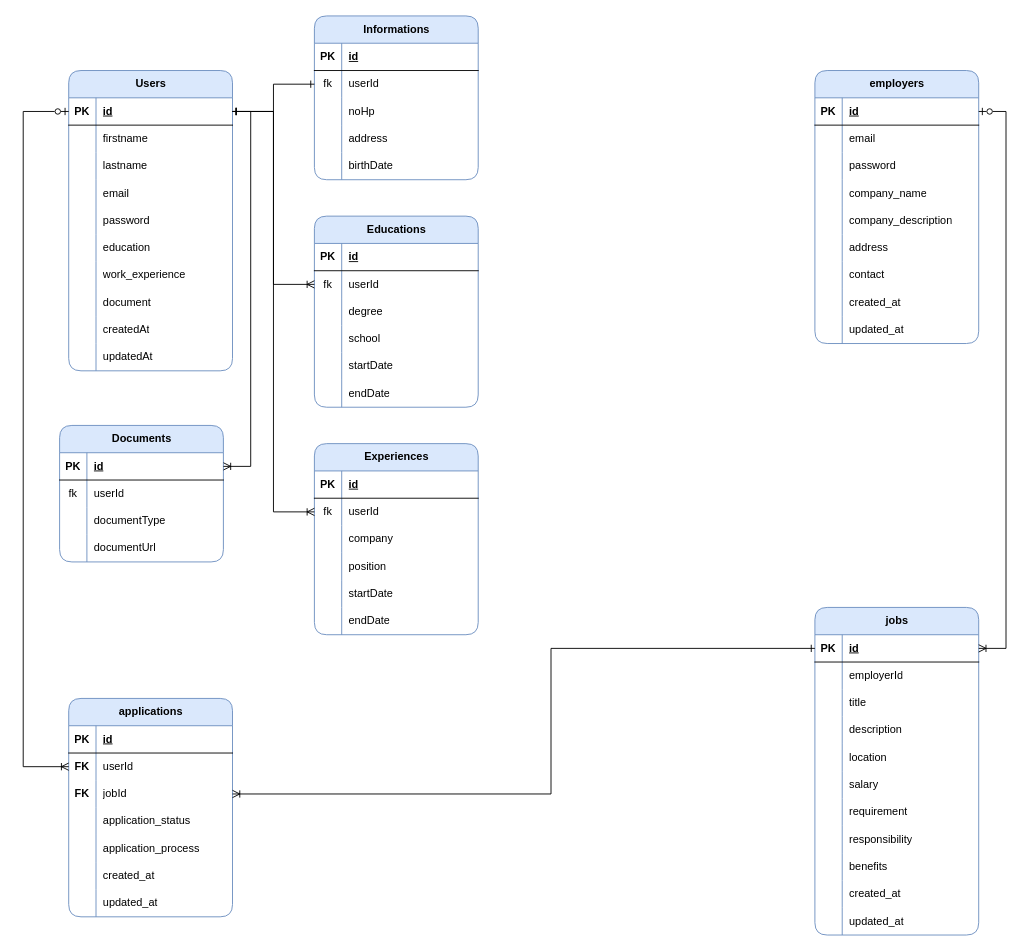
Before: server/docs/Job-Portal-ERD.drawio in juliochandra/Job-Portal, a draw.io diagram. Source tidied: cells renumbered, new cells numbered last; positions are measured from the earlier drawing's top-left corner, leaving out a move shared by most shapes. Both pictures are drawn from the tidied source at 91%, with x=0, y=0 at pixel (23, 15).
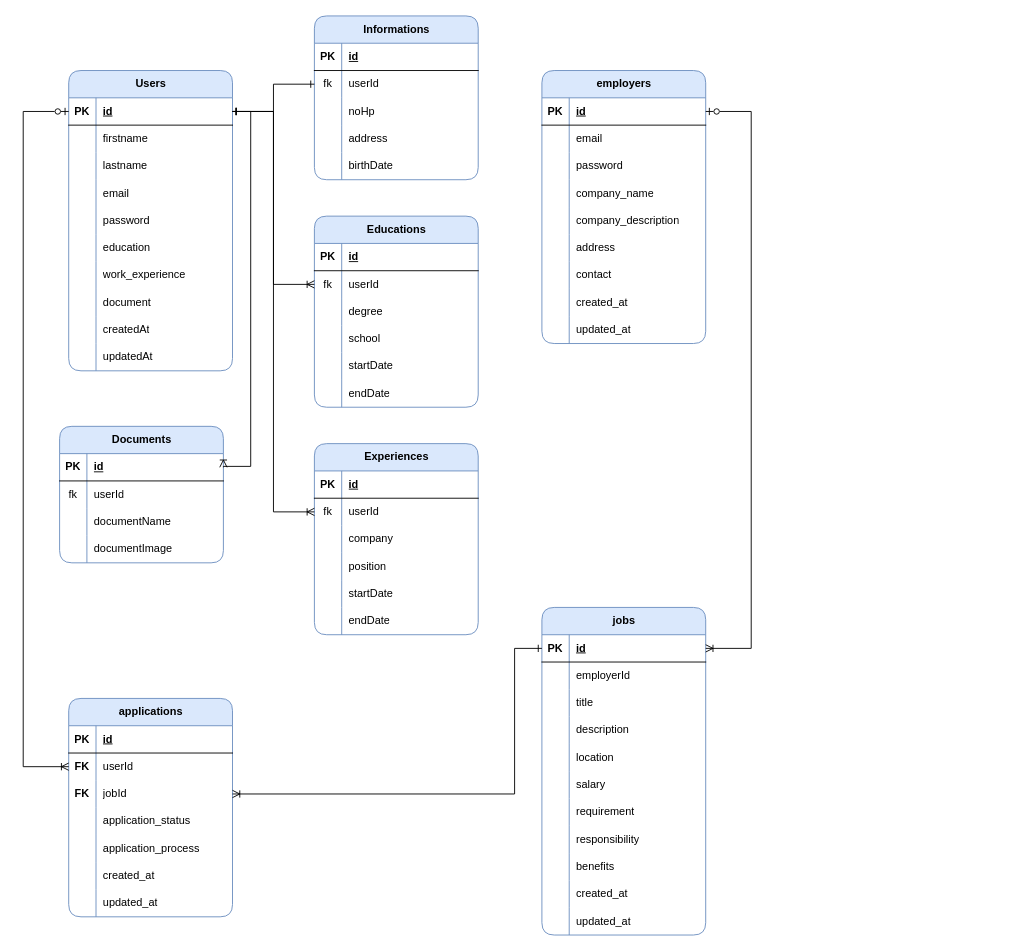
After the change.

The change refers to these unchanged cells:
```xml
<mxCell id="34" style="shape=tableRow;horizontal=0;startSize=0;swimlaneHead=0;swimlaneBody=0;fillColor=none;points=[[0,0.5],[1,0.5]];portConstraint=eastwest;top=0;left=0;right=0;bottom=1;" parent="33" vertex="1">
  <mxGeometry y="30" width="180" height="30" as="geometry" />
</mxCell>
<mxCell id="74" style="shape=tableRow;horizontal=0;startSize=0;swimlaneHead=0;swimlaneBody=0;fillColor=none;points=[[0,0.5],[1,0.5]];portConstraint=eastwest;top=0;left=0;right=0;bottom=0;" parent="67" vertex="1">
  <mxGeometry y="90" width="180" height="30" as="geometry" />
</mxCell>
<mxCell id="91" style="shape=tableRow;horizontal=0;startSize=0;swimlaneHead=0;swimlaneBody=0;fillColor=none;points=[[0,0.5],[1,0.5]];portConstraint=eastwest;top=0;left=0;right=0;bottom=1;" parent="90" vertex="1">
  <mxGeometry y="30" width="180" height="30" as="geometry" />
</mxCell>
<mxCell id="184" style="shape=tableRow;horizontal=0;startSize=0;swimlaneHead=0;swimlaneBody=0;fillColor=none;top=0;left=0;right=0;bottom=0;" parent="177" vertex="1">
  <mxGeometry y="90" width="180" height="30" as="geometry" />
</mxCell>
<mxCell id="187" style="shape=tableRow;horizontal=0;startSize=0;swimlaneHead=0;swimlaneBody=0;fillColor=none;top=0;left=0;right=0;bottom=0;" parent="177" vertex="1">
  <mxGeometry y="120" width="180" height="30" as="geometry" />
</mxCell>
```

The edit, as a diff of the source:
```diff
@@
     <mxCell id="33" value="jobs" style="shape=table;startSize=30;childLayout=tableLayout;rowLines=0;fontStyle=1;align=center;html=1;rounded=1;fillColor=#dae8fc;strokeColor=#6c8ebf;shadow=0;swimlaneLine=1;" parent="1" vertex="1">
-      <mxGeometry x="870" y="650" width="180" height="360" as="geometry" />
+      <mxGeometry x="570" y="650" width="180" height="360" as="geometry" />
     </mxCell>
@@
     <mxCell id="89" style="edgeStyle=orthogonalEdgeStyle;rounded=0;jettySize=auto;html=1;exitX=0;exitY=0.5;exitDx=0;exitDy=0;entryX=1;entryY=0.5;entryDx=0;entryDy=0;endArrow=ERoneToMany;endFill=0;startArrow=ERone;startFill=0;" parent="1" edge="1" source="34" target="74">
       <mxGeometry relative="1" as="geometry">
         <Array as="points">
-          <mxPoint x="580" y="695" />
-          <mxPoint x="580" y="855" />
+          <mxPoint x="540" y="695" />
+          <mxPoint x="540" y="855" />
         </Array>
       </mxGeometry>
     </mxCell>
     <mxCell id="90" value="employers" style="shape=table;startSize=30;childLayout=tableLayout;rowLines=0;fontStyle=1;align=center;html=1;rounded=1;fillColor=#dae8fc;strokeColor=#6c8ebf;" parent="1" vertex="1">
-      <mxGeometry x="870" y="60" width="180" height="300" as="geometry" />
+      <mxGeometry x="570" y="60" width="180" height="300" as="geometry" />
     </mxCell>
@@
     <mxCell id="118" style="edgeStyle=orthogonalEdgeStyle;rounded=0;jettySize=auto;html=1;exitX=1;exitY=0.5;exitDx=0;exitDy=0;entryX=1;entryY=0.5;entryDx=0;entryDy=0;startArrow=ERzeroToOne;startFill=0;endArrow=ERoneToMany;endFill=0;" parent="1" edge="1" source="91" target="34">
       <mxGeometry relative="1" as="geometry">
         <Array as="points">
-          <mxPoint x="1080" y="105" />
-          <mxPoint x="1080" y="695" />
+          <mxPoint x="800" y="105" />
+          <mxPoint x="800" y="695" />
         </Array>
       </mxGeometry>
     </mxCell>
@@
     <mxCell id="177" value="Documents" style="shape=table;startSize=30;childLayout=tableLayout;rowLines=0;fontStyle=1;align=center;html=1;rounded=1;fillColor=#dae8fc;strokeColor=#6c8ebf;" parent="1" vertex="1">
-      <mxGeometry x="40" y="450" width="180" height="150" as="geometry" />
+      <mxGeometry x="40" y="451" width="180" height="150" as="geometry" />
     </mxCell>
@@
-    <mxCell id="186" value="documentType" style="shape=partialRectangle;fillColor=none;top=0;left=0;bottom=0;right=0;align=left;spacingLeft=6;overflow=hidden;whiteSpace=wrap;html=1;" parent="184" vertex="1">
+    <mxCell id="186" value="documentName" style="shape=partialRectangle;fillColor=none;top=0;left=0;bottom=0;right=0;align=left;spacingLeft=6;overflow=hidden;whiteSpace=wrap;html=1;" parent="184" vertex="1">
       <mxGeometry x="30" width="150" height="30" as="geometry" />
     </mxCell>
@@
-    <mxCell id="189" value="documentUrl" style="shape=partialRectangle;fillColor=none;top=0;left=0;bottom=0;right=0;align=left;spacingLeft=6;overflow=hidden;whiteSpace=wrap;html=1;" parent="187" vertex="1">
+    <mxCell id="189" value="documentImage" style="shape=partialRectangle;fillColor=none;top=0;left=0;bottom=0;right=0;align=left;spacingLeft=6;overflow=hidden;whiteSpace=wrap;html=1;" parent="187" vertex="1">
       <mxGeometry x="30" width="150" height="30" as="geometry" />
     </mxCell>
```
